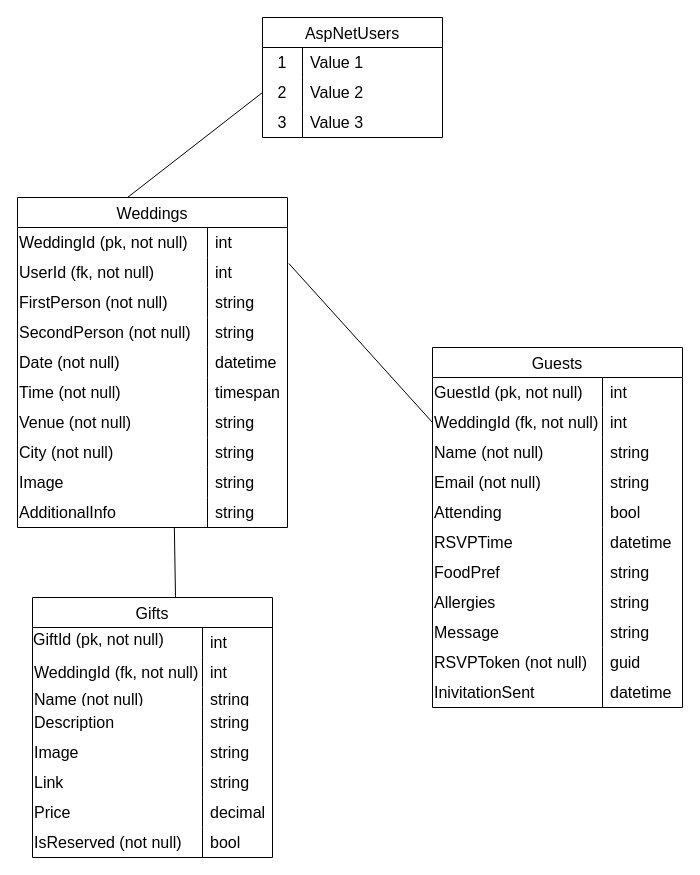
Before: erdiagram.drawio in gustafsson96/WeddingApp, a draw.io diagram. Source tidied: cells renumbered, new cells numbered last; positions are measured from the earlier drawing's top-left corner, leaving out a move shared by most shapes. Both pictures are drawn from the tidied source at 100%, with x=0, y=0 at pixel (17, 17).
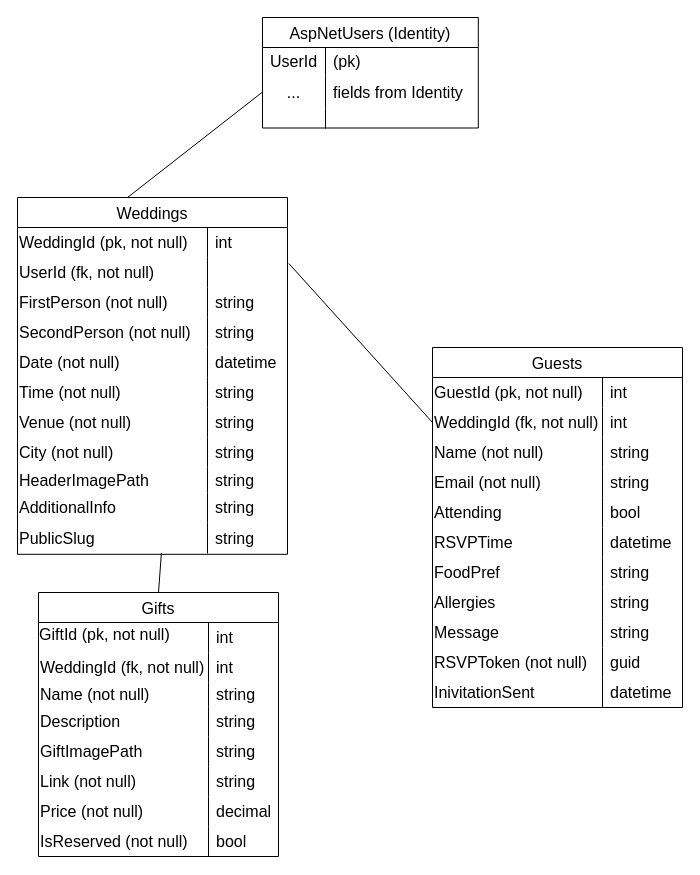
After the change.

The change refers to these unchanged cells:
```xml
<mxCell id="6" style="shape=tableRow;horizontal=0;startSize=0;swimlaneHead=0;swimlaneBody=0;top=0;left=0;bottom=0;right=0;fillColor=none;points=[[0,0.5],[1,0.5]];portConstraint=eastwest;strokeColor=inherit;fontSize=16;" parent="2" vertex="1">
  <mxGeometry y="60" width="270" height="30" as="geometry" />
</mxCell>
<mxCell id="18" style="shape=tableRow;horizontal=0;startSize=0;swimlaneHead=0;swimlaneBody=0;top=0;left=0;bottom=0;right=0;fillColor=none;strokeColor=inherit;fontSize=16;" parent="2" vertex="1">
  <mxGeometry y="180" width="270" height="30" as="geometry" />
</mxCell>
<mxCell id="37" style="shape=tableRow;horizontal=0;startSize=0;swimlaneHead=0;swimlaneBody=0;top=0;left=0;bottom=0;right=0;fillColor=none;points=[[0,0.5],[1,0.5]];portConstraint=eastwest;strokeColor=inherit;fontSize=16;" parent="33" vertex="1">
  <mxGeometry y="60" width="250" height="30" as="geometry" />
</mxCell>
```

Diff of the diagram source:
```diff
@@
     <mxCell id="2" value="Weddings" style="shape=table;startSize=30;childLayout=tableLayout;rowLines=0;fontStyle=0;strokeColor=default;fontSize=16;" parent="1" vertex="1">
-      <mxGeometry y="180" width="270" height="330" as="geometry" />
+      <mxGeometry y="180" width="270" height="356.8" as="geometry" />
     </mxCell>
@@
-    <mxCell id="8" value="int" style="shape=partialRectangle;html=1;whiteSpace=wrap;fillColor=none;top=0;left=0;bottom=0;right=0;align=left;spacingLeft=6;overflow=hidden;strokeColor=inherit;fontSize=16;" parent="6" vertex="1">
+    <mxCell id="8" style="shape=partialRectangle;html=1;whiteSpace=wrap;fillColor=none;top=0;left=0;bottom=0;right=0;align=left;spacingLeft=6;overflow=hidden;strokeColor=inherit;fontSize=16;" parent="6" vertex="1">
       <mxGeometry x="190" width="80" height="30" as="geometry" />
     </mxCell>
@@
-    <mxCell id="20" value="timespan" style="shape=partialRectangle;html=1;whiteSpace=wrap;fillColor=none;top=0;left=0;bottom=0;right=0;align=left;spacingLeft=6;overflow=hidden;strokeColor=inherit;fontSize=16;" parent="18" vertex="1">
+    <mxCell id="20" value="string" style="shape=partialRectangle;html=1;whiteSpace=wrap;fillColor=none;top=0;left=0;bottom=0;right=0;align=left;spacingLeft=6;overflow=hidden;strokeColor=inherit;fontSize=16;" parent="18" vertex="1">
       <mxGeometry x="190" width="80" height="30" as="geometry" />
     </mxCell>
@@
     <mxCell id="27" style="shape=tableRow;horizontal=0;startSize=0;swimlaneHead=0;swimlaneBody=0;top=0;left=0;bottom=0;right=0;fillColor=none;strokeColor=inherit;fontSize=16;" parent="2" vertex="1">
-      <mxGeometry y="270" width="270" height="30" as="geometry" />
+      <mxGeometry y="270" width="270" height="25" as="geometry" />
     </mxCell>
-    <mxCell id="28" value="Image" style="shape=partialRectangle;html=1;whiteSpace=wrap;fillColor=none;top=0;left=0;bottom=0;right=0;overflow=hidden;strokeColor=inherit;fontSize=16;align=left;" parent="27" vertex="1">
-      <mxGeometry width="190" height="30" as="geometry" />
+    <mxCell id="28" value="HeaderImagePath" style="shape=partialRectangle;html=1;whiteSpace=wrap;fillColor=none;top=0;left=0;bottom=0;right=0;overflow=hidden;strokeColor=inherit;fontSize=16;align=left;" parent="27" vertex="1">
+      <mxGeometry width="190" height="25" as="geometry" />
     </mxCell>
     <mxCell id="29" value="string" style="shape=partialRectangle;html=1;whiteSpace=wrap;fillColor=none;top=0;left=0;bottom=0;right=0;align=left;spacingLeft=6;overflow=hidden;strokeColor=inherit;fontSize=16;" parent="27" vertex="1">
-      <mxGeometry x="190" width="80" height="30" as="geometry" />
+      <mxGeometry x="190" width="80" height="25" as="geometry" />
     </mxCell>
     <mxCell id="30" style="shape=tableRow;horizontal=0;startSize=0;swimlaneHead=0;swimlaneBody=0;top=0;left=0;bottom=0;right=0;fillColor=none;points=[[0,0.5],[1,0.5]];portConstraint=eastwest;strokeColor=inherit;fontSize=16;" parent="2" vertex="1">
-      <mxGeometry y="300" width="270" height="30" as="geometry" />
+      <mxGeometry y="295" width="270" height="30" as="geometry" />
     </mxCell>
@@
+    <mxCell id="105" style="shape=tableRow;horizontal=0;startSize=0;swimlaneHead=0;swimlaneBody=0;top=0;left=0;bottom=0;right=0;fillColor=none;points=[[0,0.5],[1,0.5]];portConstraint=eastwest;strokeColor=inherit;fontSize=16;" parent="2" vertex="1">
+      <mxGeometry y="325" width="270" height="31" as="geometry" />
+    </mxCell>
+    <mxCell id="106" value="PublicSlug" style="shape=partialRectangle;html=1;whiteSpace=wrap;fillColor=none;top=0;left=0;bottom=0;right=0;overflow=hidden;strokeColor=inherit;fontSize=16;align=left;" parent="105" vertex="1">
+      <mxGeometry width="190" height="31" as="geometry" />
+    </mxCell>
+    <mxCell id="107" value="string" style="shape=partialRectangle;html=1;whiteSpace=wrap;fillColor=none;top=0;left=0;bottom=0;right=0;align=left;spacingLeft=6;overflow=hidden;strokeColor=inherit;fontSize=16;" parent="105" vertex="1">
+      <mxGeometry x="190" width="80" height="31" as="geometry" />
+    </mxCell>
@@
     <mxCell id="67" value="Gifts" style="shape=table;startSize=30;childLayout=tableLayout;rowLines=0;fontStyle=0;strokeColor=default;fontSize=16;" parent="1" vertex="1">
-      <mxGeometry x="15" y="580" width="240" height="260" as="geometry" />
+      <mxGeometry x="21" y="575" width="240" height="264" as="geometry" />
     </mxCell>
@@
     <mxCell id="74" style="shape=tableRow;horizontal=0;startSize=0;swimlaneHead=0;swimlaneBody=0;top=0;left=0;bottom=0;right=0;fillColor=none;strokeColor=inherit;fontSize=16;" parent="67" vertex="1">
-      <mxGeometry y="90" width="240" height="20" as="geometry" />
+      <mxGeometry y="90" width="240" height="24" as="geometry" />
     </mxCell>
     <mxCell id="75" value="Name (not null)" style="shape=partialRectangle;html=1;whiteSpace=wrap;fillColor=none;top=0;left=0;bottom=0;right=0;overflow=hidden;strokeColor=inherit;fontSize=16;align=left;" parent="74" vertex="1">
-      <mxGeometry width="170" height="20" as="geometry" />
+      <mxGeometry width="170" height="24" as="geometry" />
     </mxCell>
     <mxCell id="76" value="string" style="shape=partialRectangle;html=1;whiteSpace=wrap;fillColor=none;top=0;left=0;bottom=0;right=0;align=left;spacingLeft=6;overflow=hidden;strokeColor=inherit;fontSize=16;" parent="74" vertex="1">
-      <mxGeometry x="170" width="70" height="20" as="geometry" />
+      <mxGeometry x="170" width="70" height="24" as="geometry" />
     </mxCell>
     <mxCell id="77" style="shape=tableRow;horizontal=0;startSize=0;swimlaneHead=0;swimlaneBody=0;top=0;left=0;bottom=0;right=0;fillColor=none;strokeColor=inherit;fontSize=16;" parent="67" vertex="1">
-      <mxGeometry y="110" width="240" height="30" as="geometry" />
+      <mxGeometry y="114" width="240" height="30" as="geometry" />
     </mxCell>
@@
     <mxCell id="80" style="shape=tableRow;horizontal=0;startSize=0;swimlaneHead=0;swimlaneBody=0;top=0;left=0;bottom=0;right=0;fillColor=none;strokeColor=inherit;fontSize=16;" parent="67" vertex="1">
-      <mxGeometry y="140" width="240" height="30" as="geometry" />
+      <mxGeometry y="144" width="240" height="30" as="geometry" />
     </mxCell>
-    <mxCell id="81" value="Image" style="shape=partialRectangle;html=1;whiteSpace=wrap;fillColor=none;top=0;left=0;bottom=0;right=0;overflow=hidden;strokeColor=inherit;fontSize=16;align=left;" parent="80" vertex="1">
+    <mxCell id="81" value="GiftImagePath" style="shape=partialRectangle;html=1;whiteSpace=wrap;fillColor=none;top=0;left=0;bottom=0;right=0;overflow=hidden;strokeColor=inherit;fontSize=16;align=left;" parent="80" vertex="1">
       <mxGeometry width="170" height="30" as="geometry" />
     </mxCell>
@@
     <mxCell id="83" style="shape=tableRow;horizontal=0;startSize=0;swimlaneHead=0;swimlaneBody=0;top=0;left=0;bottom=0;right=0;fillColor=none;strokeColor=inherit;fontSize=16;" parent="67" vertex="1">
-      <mxGeometry y="170" width="240" height="30" as="geometry" />
+      <mxGeometry y="174" width="240" height="30" as="geometry" />
     </mxCell>
-    <mxCell id="84" value="Link" style="shape=partialRectangle;html=1;whiteSpace=wrap;fillColor=none;top=0;left=0;bottom=0;right=0;overflow=hidden;strokeColor=inherit;fontSize=16;align=left;" parent="83" vertex="1">
+    <mxCell id="84" value="Link (not null)" style="shape=partialRectangle;html=1;whiteSpace=wrap;fillColor=none;top=0;left=0;bottom=0;right=0;overflow=hidden;strokeColor=inherit;fontSize=16;align=left;" parent="83" vertex="1">
       <mxGeometry width="170" height="30" as="geometry" />
     </mxCell>
@@
     <mxCell id="86" style="shape=tableRow;horizontal=0;startSize=0;swimlaneHead=0;swimlaneBody=0;top=0;left=0;bottom=0;right=0;fillColor=none;strokeColor=inherit;fontSize=16;" parent="67" vertex="1">
-      <mxGeometry y="200" width="240" height="30" as="geometry" />
+      <mxGeometry y="204" width="240" height="30" as="geometry" />
     </mxCell>
-    <mxCell id="87" value="Price" style="shape=partialRectangle;html=1;whiteSpace=wrap;fillColor=none;top=0;left=0;bottom=0;right=0;overflow=hidden;strokeColor=inherit;fontSize=16;align=left;" parent="86" vertex="1">
+    <mxCell id="87" value="Price (not null)" style="shape=partialRectangle;html=1;whiteSpace=wrap;fillColor=none;top=0;left=0;bottom=0;right=0;overflow=hidden;strokeColor=inherit;fontSize=16;align=left;" parent="86" vertex="1">
       <mxGeometry width="170" height="30" as="geometry" />
     </mxCell>
@@
     <mxCell id="89" style="shape=tableRow;horizontal=0;startSize=0;swimlaneHead=0;swimlaneBody=0;top=0;left=0;bottom=0;right=0;fillColor=none;strokeColor=inherit;fontSize=16;" parent="67" vertex="1">
-      <mxGeometry y="230" width="240" height="30" as="geometry" />
+      <mxGeometry y="234" width="240" height="30" as="geometry" />
     </mxCell>
@@
+    <mxCell id="102" style="endArrow=none;html=1;entryX=0;entryY=0.5;entryDx=0;entryDy=0;exitX=1.005;exitY=0.2;exitDx=0;exitDy=0;exitPerimeter=0;" parent="1" edge="1" source="6" target="37">
+      <mxGeometry relative="1" as="geometry" />
+    </mxCell>
+    <mxCell id="103" style="endArrow=none;html=1;exitX=0.5;exitY=0;exitDx=0;exitDy=0;entryX=0.533;entryY=0.984;entryDx=0;entryDy=0;entryPerimeter=0;" parent="1" edge="1" source="67" target="105">
+      <mxGeometry relative="1" as="geometry" />
+    </mxCell>
+    <mxCell id="108" style="group;" parent="1" vertex="1">
+      <mxGeometry x="110" width="336" height="180" as="geometry" />
+    </mxCell>
-    <mxCell id="92" value="AspNetUsers" style="shape=table;startSize=30;childLayout=tableLayout;rowLines=0;fontStyle=0;strokeColor=default;fontSize=16;" parent="1" vertex="1">
-      <mxGeometry x="245" width="180" height="120" as="geometry" />
+    <mxCell id="92" value="AspNetUsers (Identity)" style="shape=table;startSize=30;childLayout=tableLayout;rowLines=0;fontStyle=0;strokeColor=default;fontSize=16;" parent="108" vertex="1">
+      <mxGeometry x="135" width="215.8" height="110.5" as="geometry" />
     </mxCell>
     <mxCell id="93" style="shape=tableRow;horizontal=0;startSize=0;swimlaneHead=0;swimlaneBody=0;top=0;left=0;bottom=0;right=0;fillColor=none;strokeColor=inherit;fontSize=16;" parent="92" vertex="1">
-      <mxGeometry y="30" width="180" height="30" as="geometry" />
+      <mxGeometry y="30" width="215.8" height="28" as="geometry" />
     </mxCell>
-    <mxCell id="94" value="1" style="shape=partialRectangle;html=1;whiteSpace=wrap;fillColor=none;top=0;left=0;bottom=0;right=0;overflow=hidden;strokeColor=inherit;fontSize=16;" parent="93" vertex="1">
-      <mxGeometry width="40" height="30" as="geometry" />
+    <mxCell id="94" value="UserId" style="shape=partialRectangle;html=1;whiteSpace=wrap;fillColor=none;top=0;left=0;bottom=0;right=0;overflow=hidden;strokeColor=inherit;fontSize=16;" parent="93" vertex="1">
+      <mxGeometry width="63" height="28" as="geometry" />
     </mxCell>
-    <mxCell id="95" value="Value 1" style="shape=partialRectangle;html=1;whiteSpace=wrap;fillColor=none;top=0;left=0;bottom=0;right=0;align=left;spacingLeft=6;overflow=hidden;strokeColor=inherit;fontSize=16;" parent="93" vertex="1">
-      <mxGeometry x="40" width="140" height="30" as="geometry" />
+    <mxCell id="95" value="(pk)" style="shape=partialRectangle;html=1;whiteSpace=wrap;fillColor=none;top=0;left=0;bottom=0;right=0;align=left;spacingLeft=6;overflow=hidden;strokeColor=inherit;fontSize=16;" parent="93" vertex="1">
+      <mxGeometry x="63" width="153" height="28" as="geometry" />
     </mxCell>
     <mxCell id="96" style="shape=tableRow;horizontal=0;startSize=0;swimlaneHead=0;swimlaneBody=0;top=0;left=0;bottom=0;right=0;fillColor=none;points=[[0,0.5],[1,0.5]];portConstraint=eastwest;strokeColor=inherit;fontSize=16;" parent="92" vertex="1">
-      <mxGeometry y="60" width="180" height="30" as="geometry" />
+      <mxGeometry y="58" width="215.8" height="33" as="geometry" />
     </mxCell>
-    <mxCell id="97" value="2" style="shape=partialRectangle;html=1;whiteSpace=wrap;fillColor=none;top=0;left=0;bottom=0;right=0;overflow=hidden;strokeColor=inherit;fontSize=16;" parent="96" vertex="1">
-      <mxGeometry width="40" height="30" as="geometry" />
+    <mxCell id="97" value="..." style="shape=partialRectangle;html=1;whiteSpace=wrap;fillColor=none;top=0;left=0;bottom=0;right=0;overflow=hidden;strokeColor=inherit;fontSize=16;" parent="96" vertex="1">
+      <mxGeometry width="63" height="33" as="geometry" />
     </mxCell>
-    <mxCell id="98" value="Value 2" style="shape=partialRectangle;html=1;whiteSpace=wrap;fillColor=none;top=0;left=0;bottom=0;right=0;align=left;spacingLeft=6;overflow=hidden;strokeColor=inherit;fontSize=16;" parent="96" vertex="1">
-      <mxGeometry x="40" width="140" height="30" as="geometry" />
+    <mxCell id="98" value="fields from Identity" style="shape=partialRectangle;html=1;whiteSpace=wrap;fillColor=none;top=0;left=0;bottom=0;right=0;align=left;spacingLeft=6;overflow=hidden;strokeColor=inherit;fontSize=16;" parent="96" vertex="1">
+      <mxGeometry x="63" width="153" height="33" as="geometry" />
     </mxCell>
     <mxCell id="99" style="shape=tableRow;horizontal=0;startSize=0;swimlaneHead=0;swimlaneBody=0;top=0;left=0;bottom=0;right=0;fillColor=none;strokeColor=inherit;fontSize=16;" parent="92" vertex="1">
-      <mxGeometry y="90" width="180" height="30" as="geometry" />
+      <mxGeometry y="91" width="215.8" height="20" as="geometry" />
     </mxCell>
-    <mxCell id="100" value="3" style="shape=partialRectangle;html=1;whiteSpace=wrap;fillColor=none;top=0;left=0;bottom=0;right=0;overflow=hidden;strokeColor=inherit;fontSize=16;" parent="99" vertex="1">
-      <mxGeometry width="40" height="30" as="geometry" />
+    <mxCell id="100" style="shape=partialRectangle;html=1;whiteSpace=wrap;fillColor=none;top=0;left=0;bottom=0;right=0;overflow=hidden;strokeColor=inherit;fontSize=16;" parent="99" vertex="1">
+      <mxGeometry width="63" height="20" as="geometry" />
     </mxCell>
-    <mxCell id="101" value="Value 3" style="shape=partialRectangle;html=1;whiteSpace=wrap;fillColor=none;top=0;left=0;bottom=0;right=0;align=left;spacingLeft=6;overflow=hidden;strokeColor=inherit;fontSize=16;" parent="99" vertex="1">
-      <mxGeometry x="40" width="140" height="30" as="geometry" />
+    <mxCell id="101" style="shape=partialRectangle;html=1;whiteSpace=wrap;fillColor=none;top=0;left=0;bottom=0;right=0;align=left;spacingLeft=6;overflow=hidden;strokeColor=inherit;fontSize=16;" parent="99" vertex="1">
+      <mxGeometry x="63" width="153" height="20" as="geometry" />
     </mxCell>
-    <mxCell id="102" style="endArrow=none;html=1;entryX=0;entryY=0.5;entryDx=0;entryDy=0;exitX=1.005;exitY=0.2;exitDx=0;exitDy=0;exitPerimeter=0;" parent="1" edge="1" source="6" target="37">
-      <mxGeometry relative="1" as="geometry" />
-    </mxCell>
-    <mxCell id="103" style="endArrow=none;html=1;entryX=0.581;entryY=1.01;entryDx=0;entryDy=0;entryPerimeter=0;" parent="1" edge="1" target="30">
-      <mxGeometry relative="1" as="geometry">
-        <mxPoint x="158" y="580" as="sourcePoint" />
-      </mxGeometry>
-    </mxCell>
-    <mxCell id="104" style="endArrow=none;html=1;entryX=0;entryY=0.5;entryDx=0;entryDy=0;" parent="1" edge="1" target="96">
+    <mxCell id="104" style="endArrow=none;html=1;entryX=0;entryY=0.5;entryDx=0;entryDy=0;" parent="108" edge="1" target="96">
       <mxGeometry relative="1" as="geometry">
-        <mxPoint x="110" y="180" as="sourcePoint" />
+        <mxPoint y="180" as="sourcePoint" />
       </mxGeometry>
     </mxCell>
```
